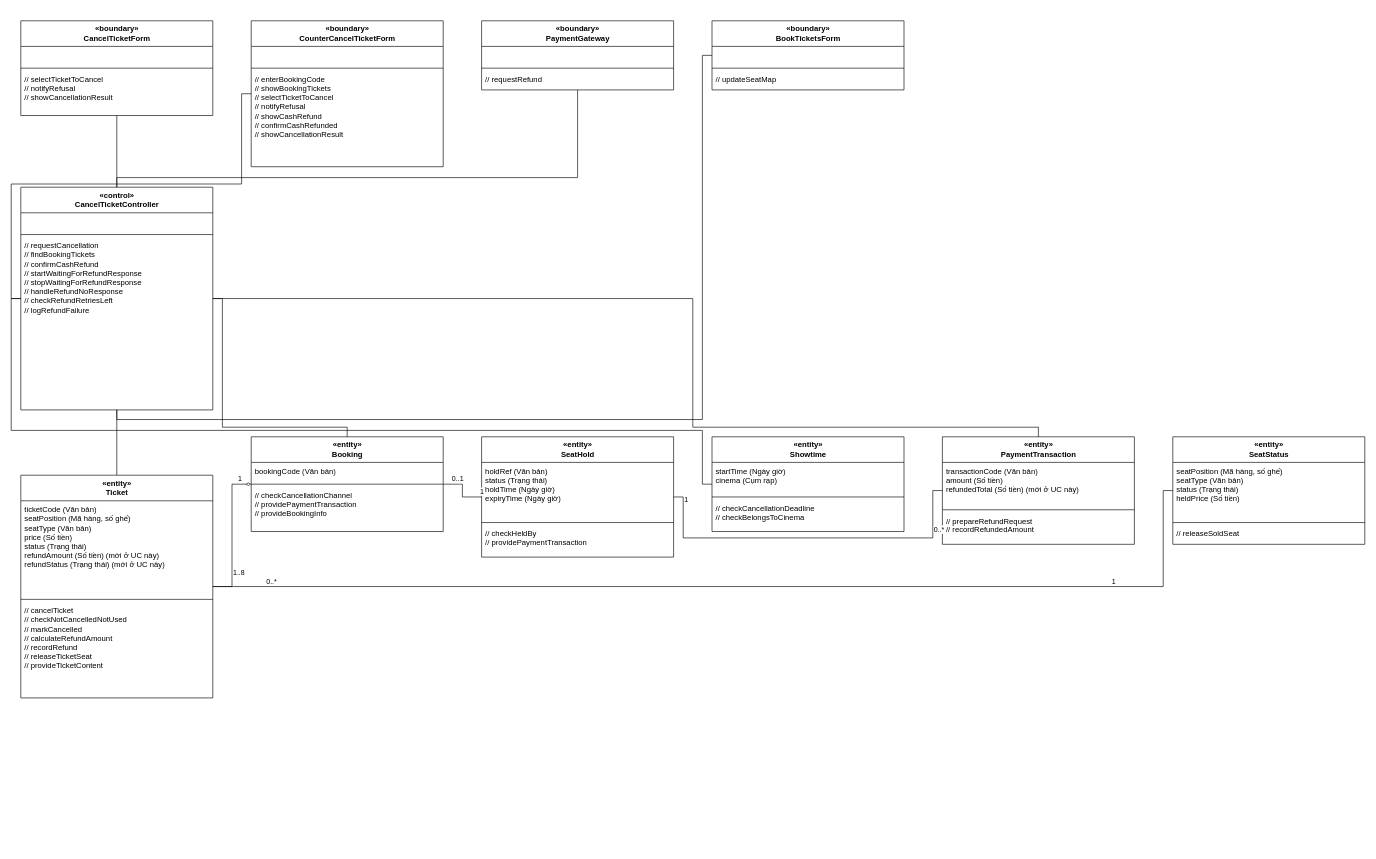
The draw.io diagram design/diagrams/P07-class-UC-008.drawio in luytbq/app-dat-ve-xem-phim, before the edit. Source tidied: cells renumbered, new cells numbered last; positions are measured from the earlier drawing's top-left corner, leaving out a move shared by most shapes. Both pictures are drawn from the tidied source at 64%, with x=0, y=0 at pixel (11, 20).
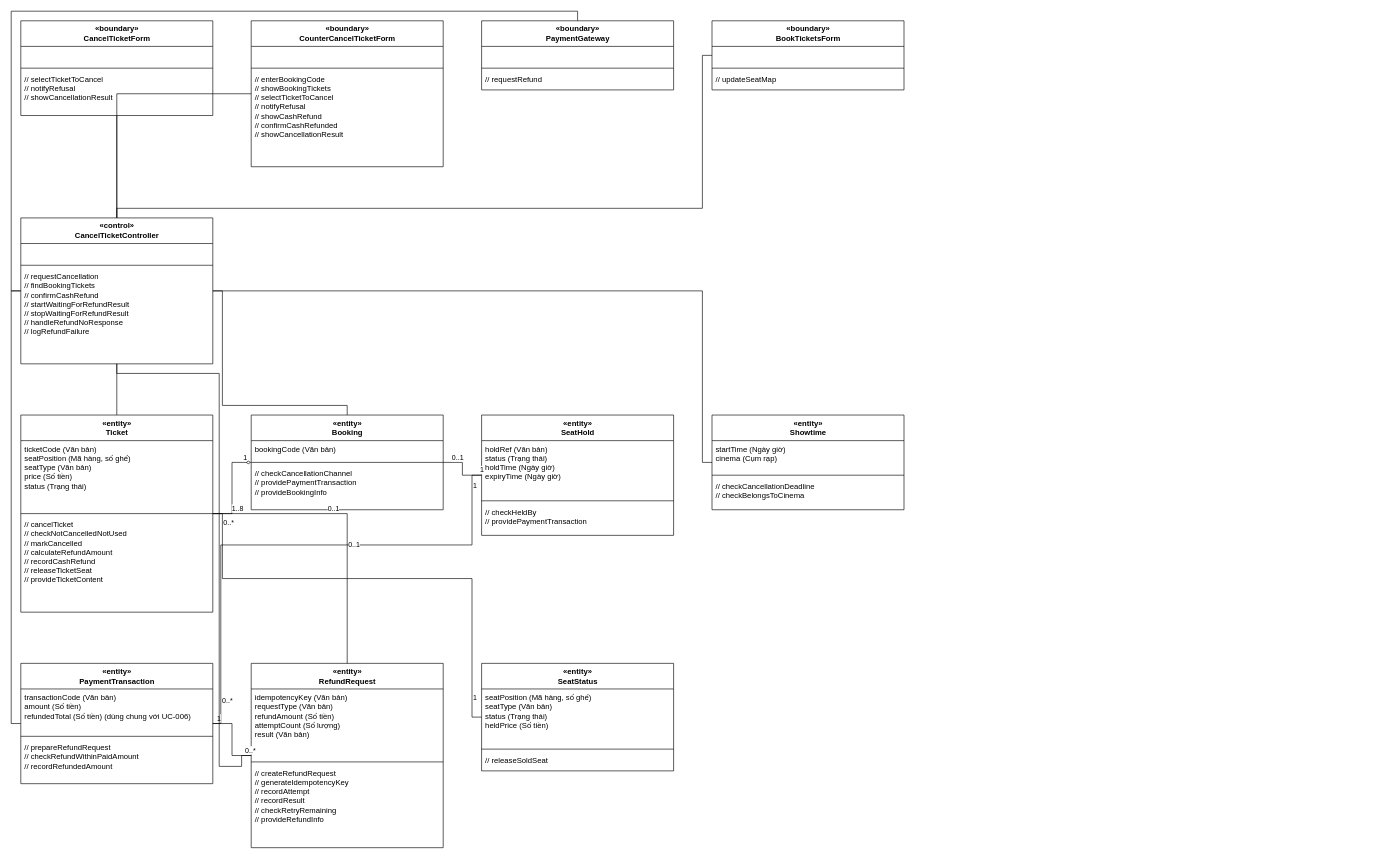
After the change.

The change refers to these unchanged cells:
```xml
<mxCell id="6" value="«boundary»&lt;br&gt;CounterCancelTicketForm" style="swimlane;fontStyle=1;align=center;horizontal=1;startSize=40;html=1;" parent="1" vertex="1">
  <mxGeometry x="375" width="300" height="228" as="geometry" />
</mxCell>
<mxCell id="10" value="«boundary»&lt;br&gt;PaymentGateway" style="swimlane;fontStyle=1;align=center;horizontal=1;startSize=40;html=1;" parent="1" vertex="1">
  <mxGeometry x="735" width="300" height="108" as="geometry" />
</mxCell>
<mxCell id="14" value="«boundary»&lt;br&gt;BookTicketsForm" style="swimlane;fontStyle=1;align=center;horizontal=1;startSize=40;html=1;" parent="1" vertex="1">
  <mxGeometry x="1095" width="300" height="108" as="geometry" />
</mxCell>
```

Change to the diagram source:
```diff
@@
     <mxCell id="18" value="«control»&lt;br&gt;CancelTicketController" style="swimlane;fontStyle=1;align=center;horizontal=1;startSize=40;html=1;" parent="1" vertex="1">
-      <mxGeometry x="15" y="260" width="300" height="348" as="geometry" />
+      <mxGeometry x="15" y="308" width="300" height="228" as="geometry" />
     </mxCell>
@@
-    <mxCell id="21" value="// requestCancellation&lt;br&gt;// findBookingTickets&lt;br&gt;// confirmCashRefund&lt;br&gt;// startWaitingForRefundResponse&lt;br&gt;// stopWaitingForRefundResponse&lt;br&gt;// handleRefundNoResponse&lt;br&gt;// checkRefundRetriesLeft&lt;br&gt;// logRefundFailure" style="text;strokeColor=none;fillColor=none;align=left;verticalAlign=top;spacingLeft=4;html=1;whiteSpace=wrap;" parent="18" vertex="1">
-      <mxGeometry y="78" width="300" height="170" as="geometry" />
+    <mxCell id="21" value="// requestCancellation&lt;br&gt;// findBookingTickets&lt;br&gt;// confirmCashRefund&lt;br&gt;// startWaitingForRefundResult&lt;br&gt;// stopWaitingForRefundResult&lt;br&gt;// handleRefundNoResponse&lt;br&gt;// logRefundFailure" style="text;strokeColor=none;fillColor=none;align=left;verticalAlign=top;spacingLeft=4;html=1;whiteSpace=wrap;" parent="18" vertex="1">
+      <mxGeometry y="78" width="300" height="150" as="geometry" />
     </mxCell>
     <mxCell id="22" value="«entity»&lt;br&gt;Ticket" style="swimlane;fontStyle=1;align=center;horizontal=1;startSize=40;html=1;" parent="1" vertex="1">
-      <mxGeometry x="15" y="710" width="300" height="348" as="geometry" />
+      <mxGeometry x="15" y="616" width="300" height="308" as="geometry" />
     </mxCell>
-    <mxCell id="23" value="ticketCode (Văn bản)&lt;br&gt;seatPosition (Mã hàng, số ghế)&lt;br&gt;seatType (Văn bản)&lt;br&gt;price (Số tiền)&lt;br&gt;status (Trạng thái)&lt;br&gt;refundAmount (Số tiền) (mới ở UC này)&lt;br&gt;refundStatus (Trạng thái) (mới ở UC này)" style="text;strokeColor=none;fillColor=none;align=left;verticalAlign=top;spacingLeft=4;html=1;whiteSpace=wrap;" parent="22" vertex="1">
-      <mxGeometry y="40" width="300" height="150" as="geometry" />
+    <mxCell id="23" value="ticketCode (Văn bản)&lt;br&gt;seatPosition (Mã hàng, số ghế)&lt;br&gt;seatType (Văn bản)&lt;br&gt;price (Số tiền)&lt;br&gt;status (Trạng thái)" style="text;strokeColor=none;fillColor=none;align=left;verticalAlign=top;spacingLeft=4;html=1;whiteSpace=wrap;" parent="22" vertex="1">
+      <mxGeometry y="40" width="300" height="110" as="geometry" />
     </mxCell>
     <mxCell id="24" style="line;strokeWidth=1;fillColor=none;align=left;verticalAlign=middle;spacingTop=-1;spacingLeft=3;spacingRight=3;labelPosition=right;" parent="22" vertex="1">
-      <mxGeometry y="190" width="300" height="8" as="geometry" />
+      <mxGeometry y="150" width="300" height="8" as="geometry" />
     </mxCell>
-    <mxCell id="25" value="// cancelTicket&lt;br&gt;// checkNotCancelledNotUsed&lt;br&gt;// markCancelled&lt;br&gt;// calculateRefundAmount&lt;br&gt;// recordRefund&lt;br&gt;// releaseTicketSeat&lt;br&gt;// provideTicketContent" style="text;strokeColor=none;fillColor=none;align=left;verticalAlign=top;spacingLeft=4;html=1;whiteSpace=wrap;" parent="22" vertex="1">
-      <mxGeometry y="198" width="300" height="150" as="geometry" />
+    <mxCell id="25" value="// cancelTicket&lt;br&gt;// checkNotCancelledNotUsed&lt;br&gt;// markCancelled&lt;br&gt;// calculateRefundAmount&lt;br&gt;// recordCashRefund&lt;br&gt;// releaseTicketSeat&lt;br&gt;// provideTicketContent" style="text;strokeColor=none;fillColor=none;align=left;verticalAlign=top;spacingLeft=4;html=1;whiteSpace=wrap;" parent="22" vertex="1">
+      <mxGeometry y="158" width="300" height="150" as="geometry" />
     </mxCell>
     <mxCell id="26" value="«entity»&lt;br&gt;Booking" style="swimlane;fontStyle=1;align=center;horizontal=1;startSize=40;html=1;" parent="1" vertex="1">
-      <mxGeometry x="375" y="650" width="300" height="148" as="geometry" />
+      <mxGeometry x="375" y="616" width="300" height="148" as="geometry" />
     </mxCell>
@@
     <mxCell id="30" value="«entity»&lt;br&gt;SeatHold" style="swimlane;fontStyle=1;align=center;horizontal=1;startSize=40;html=1;" parent="1" vertex="1">
-      <mxGeometry x="735" y="650" width="300" height="188" as="geometry" />
+      <mxGeometry x="735" y="616" width="300" height="188" as="geometry" />
     </mxCell>
@@
     <mxCell id="34" value="«entity»&lt;br&gt;Showtime" style="swimlane;fontStyle=1;align=center;horizontal=1;startSize=40;html=1;" parent="1" vertex="1">
-      <mxGeometry x="1095" y="650" width="300" height="148" as="geometry" />
+      <mxGeometry x="1095" y="616" width="300" height="148" as="geometry" />
     </mxCell>
@@
     <mxCell id="38" value="«entity»&lt;br&gt;PaymentTransaction" style="swimlane;fontStyle=1;align=center;horizontal=1;startSize=40;html=1;" parent="1" vertex="1">
-      <mxGeometry x="1455" y="650" width="300" height="168" as="geometry" />
+      <mxGeometry x="15" y="1004" width="300" height="188" as="geometry" />
     </mxCell>
-    <mxCell id="39" value="transactionCode (Văn bản)&lt;br&gt;amount (Số tiền)&lt;br&gt;refundedTotal (Số tiền) (mới ở UC này)" style="text;strokeColor=none;fillColor=none;align=left;verticalAlign=top;spacingLeft=4;html=1;whiteSpace=wrap;" parent="38" vertex="1">
+    <mxCell id="39" value="transactionCode (Văn bản)&lt;br&gt;amount (Số tiền)&lt;br&gt;refundedTotal (Số tiền) (dùng chung với UC-006)" style="text;strokeColor=none;fillColor=none;align=left;verticalAlign=top;spacingLeft=4;html=1;whiteSpace=wrap;" parent="38" vertex="1">
       <mxGeometry y="40" width="300" height="70" as="geometry" />
     </mxCell>
@@
-    <mxCell id="41" value="// prepareRefundRequest&lt;br&gt;// recordRefundedAmount" style="text;strokeColor=none;fillColor=none;align=left;verticalAlign=top;spacingLeft=4;html=1;whiteSpace=wrap;" parent="38" vertex="1">
-      <mxGeometry y="118" width="300" height="50" as="geometry" />
+    <mxCell id="41" value="// prepareRefundRequest&lt;br&gt;// checkRefundWithinPaidAmount&lt;br&gt;// recordRefundedAmount" style="text;strokeColor=none;fillColor=none;align=left;verticalAlign=top;spacingLeft=4;html=1;whiteSpace=wrap;" parent="38" vertex="1">
+      <mxGeometry y="118" width="300" height="70" as="geometry" />
     </mxCell>
+    <mxCell id="66" value="«entity»&lt;br&gt;RefundRequest" style="swimlane;fontStyle=1;align=center;horizontal=1;startSize=40;html=1;" parent="1" vertex="1">
+      <mxGeometry x="375" y="1004" width="300" height="288" as="geometry" />
+    </mxCell>
+    <mxCell id="67" value="idempotencyKey (Văn bản)&lt;br&gt;requestType (Văn bản)&lt;br&gt;refundAmount (Số tiền)&lt;br&gt;attemptCount (Số lượng)&lt;br&gt;result (Văn bản)" style="text;strokeColor=none;fillColor=none;align=left;verticalAlign=top;spacingLeft=4;html=1;whiteSpace=wrap;" parent="66" vertex="1">
+      <mxGeometry y="40" width="300" height="110" as="geometry" />
+    </mxCell>
+    <mxCell id="68" style="line;strokeWidth=1;fillColor=none;align=left;verticalAlign=middle;spacingTop=-1;spacingLeft=3;spacingRight=3;labelPosition=right;" parent="66" vertex="1">
+      <mxGeometry y="150" width="300" height="8" as="geometry" />
+    </mxCell>
+    <mxCell id="69" value="// createRefundRequest&lt;br&gt;// generateIdempotencyKey&lt;br&gt;// recordAttempt&lt;br&gt;// recordResult&lt;br&gt;// checkRetryRemaining&lt;br&gt;// provideRefundInfo" style="text;strokeColor=none;fillColor=none;align=left;verticalAlign=top;spacingLeft=4;html=1;whiteSpace=wrap;" parent="66" vertex="1">
+      <mxGeometry y="158" width="300" height="130" as="geometry" />
+    </mxCell>
     <mxCell id="42" value="«entity»&lt;br&gt;SeatStatus" style="swimlane;fontStyle=1;align=center;horizontal=1;startSize=40;html=1;" parent="1" vertex="1">
-      <mxGeometry x="1815" y="650" width="300" height="168" as="geometry" />
+      <mxGeometry x="735" y="1004" width="300" height="168" as="geometry" />
     </mxCell>
@@
-    <mxCell id="47" style="edgeStyle=orthogonalEdgeStyle;rounded=0;html=1;endArrow=none;exitX=0;exitY=0.5;exitDx=0;exitDy=0;entryX=0;entryY=0.5;entryDx=0;entryDy=0;" parent="1" edge="1" source="6" target="18">
-      <mxGeometry relative="1" as="geometry">
-        <Array as="points">
-          <mxPoint x="360" y="114" />
-          <mxPoint x="360" y="255" />
-          <mxPoint y="255" />
-          <mxPoint y="434" />
-        </Array>
-      </mxGeometry>
+    <mxCell id="47" style="edgeStyle=orthogonalEdgeStyle;rounded=0;html=1;endArrow=none;" parent="1" edge="1" source="6" target="18">
+      <mxGeometry relative="1" as="geometry" />
     </mxCell>
-    <mxCell id="48" style="edgeStyle=orthogonalEdgeStyle;rounded=0;html=1;endArrow=none;exitX=0.5;exitY=1;exitDx=0;exitDy=0;entryX=0.5;entryY=0;entryDx=0;entryDy=0;" parent="1" edge="1" source="10" target="18">
+    <mxCell id="48" style="edgeStyle=orthogonalEdgeStyle;rounded=0;html=1;endArrow=none;exitX=0.5;exitY=0;exitDx=0;exitDy=0;entryX=0;entryY=0.5;entryDx=0;entryDy=0;" parent="1" edge="1" source="10" target="18">
       <mxGeometry relative="1" as="geometry">
         <Array as="points">
-          <mxPoint x="885" y="245" />
-          <mxPoint x="165" y="245" />
+          <mxPoint x="885" y="-15" />
+          <mxPoint y="-15" />
+          <mxPoint y="422" />
         </Array>
       </mxGeometry>
     </mxCell>
-    <mxCell id="49" style="edgeStyle=orthogonalEdgeStyle;rounded=0;html=1;endArrow=none;exitX=0;exitY=0.5;exitDx=0;exitDy=0;entryX=0.5;entryY=1;entryDx=0;entryDy=0;" parent="1" edge="1" source="14" target="18">
+    <mxCell id="49" style="edgeStyle=orthogonalEdgeStyle;rounded=0;html=1;endArrow=none;exitX=0;exitY=0.5;exitDx=0;exitDy=0;entryX=0.5;entryY=0;entryDx=0;entryDy=0;" parent="1" edge="1" source="14" target="18">
       <mxGeometry relative="1" as="geometry">
         <Array as="points">
           <mxPoint x="1080" y="54" />
-          <mxPoint x="1080" y="623" />
-          <mxPoint x="165" y="623" />
+          <mxPoint x="1080" y="293" />
+          <mxPoint x="165" y="293" />
         </Array>
       </mxGeometry>
     </mxCell>
@@
     <mxCell id="51" style="edgeStyle=orthogonalEdgeStyle;rounded=0;html=1;endArrow=none;exitX=1;exitY=0.5;exitDx=0;exitDy=0;entryX=0.5;entryY=0;entryDx=0;entryDy=0;" parent="1" edge="1" source="18" target="26">
       <mxGeometry relative="1" as="geometry">
         <Array as="points">
-          <mxPoint x="330" y="434" />
-          <mxPoint x="330" y="635" />
-          <mxPoint x="525" y="635" />
+          <mxPoint x="330" y="422" />
+          <mxPoint x="330" y="601" />
+          <mxPoint x="525" y="601" />
         </Array>
       </mxGeometry>
     </mxCell>
-    <mxCell id="52" style="edgeStyle=orthogonalEdgeStyle;rounded=0;html=1;endArrow=none;exitX=0;exitY=0.5;exitDx=0;exitDy=0;entryX=0;entryY=0.5;entryDx=0;entryDy=0;" parent="1" edge="1" source="18" target="34">
+    <mxCell id="52" style="edgeStyle=orthogonalEdgeStyle;rounded=0;html=1;endArrow=none;exitX=1;exitY=0.5;exitDx=0;exitDy=0;entryX=0;entryY=0.5;entryDx=0;entryDy=0;" parent="1" edge="1" source="18" target="34">
       <mxGeometry relative="1" as="geometry">
         <Array as="points">
-          <mxPoint y="434" />
-          <mxPoint y="640" />
-          <mxPoint x="1080" y="640" />
-          <mxPoint x="1080" y="724" />
+          <mxPoint x="1080" y="422" />
+          <mxPoint x="1080" y="690" />
         </Array>
       </mxGeometry>
     </mxCell>
-    <mxCell id="53" style="edgeStyle=orthogonalEdgeStyle;rounded=0;html=1;endArrow=none;exitX=1;exitY=0.5;exitDx=0;exitDy=0;entryX=0.5;entryY=0;entryDx=0;entryDy=0;" parent="1" edge="1" source="18" target="38">
+    <mxCell id="53" style="edgeStyle=orthogonalEdgeStyle;rounded=0;html=1;endArrow=none;exitX=0;exitY=0.5;exitDx=0;exitDy=0;entryX=0;entryY=0.5;entryDx=0;entryDy=0;" parent="1" edge="1" source="18" target="38">
       <mxGeometry relative="1" as="geometry">
         <Array as="points">
-          <mxPoint x="1065" y="434" />
-          <mxPoint x="1065" y="635" />
-          <mxPoint x="1605" y="635" />
+          <mxPoint y="422" />
+          <mxPoint y="1098" />
         </Array>
       </mxGeometry>
     </mxCell>
@@
     <mxCell id="60" style="edgeStyle=orthogonalEdgeStyle;rounded=0;html=1;endArrow=none;exitX=1;exitY=0.5;exitDx=0;exitDy=0;entryX=0;entryY=0.5;entryDx=0;entryDy=0;" parent="1" edge="1" source="22" target="42">
       <mxGeometry relative="1" as="geometry">
         <Array as="points">
-          <mxPoint x="1800" y="884" />
-          <mxPoint x="1800" y="734" />
+          <mxPoint x="330" y="770" />
+          <mxPoint x="330" y="871.5" />
+          <mxPoint x="720" y="871.5" />
+          <mxPoint x="720" y="1088" />
         </Array>
       </mxGeometry>
     </mxCell>
@@
     <mxCell id="62" value="1" style="edgeLabel;html=1;align=left;verticalAlign=bottom;" parent="60" vertex="1">
-      <mxGeometry x="0.7" relative="1" as="geometry" />
+      <mxGeometry x="0.9" relative="1" as="geometry" />
     </mxCell>
-    <mxCell id="63" style="edgeStyle=orthogonalEdgeStyle;rounded=0;html=1;endArrow=none;exitX=1;exitY=0.5;exitDx=0;exitDy=0;entryX=0;entryY=0.5;entryDx=0;entryDy=0;" parent="1" edge="1" source="30" target="38">
+    <mxCell id="63" style="edgeStyle=orthogonalEdgeStyle;rounded=0;html=1;endArrow=none;exitX=0;exitY=0.5;exitDx=0;exitDy=0;entryX=1;entryY=0.5;entryDx=0;entryDy=0;" parent="1" edge="1" source="30" target="38">
       <mxGeometry relative="1" as="geometry">
         <Array as="points">
-          <mxPoint x="1050" y="744" />
-          <mxPoint x="1050" y="808" />
-          <mxPoint x="1440" y="808" />
-          <mxPoint x="1440" y="734" />
+          <mxPoint x="720" y="710" />
+          <mxPoint x="720" y="819" />
+          <mxPoint x="327.5" y="819" />
+          <mxPoint x="327.5" y="1098" />
         </Array>
       </mxGeometry>
     </mxCell>
@@
     <mxCell id="65" value="0..*" style="edgeLabel;html=1;align=left;verticalAlign=bottom;" parent="63" vertex="1">
-      <mxGeometry x="0.7" relative="1" as="geometry" />
+      <mxGeometry x="0.9" relative="1" as="geometry" />
     </mxCell>
+    <mxCell id="70" style="edgeStyle=orthogonalEdgeStyle;rounded=0;html=1;endArrow=none;" parent="1" edge="1" source="22" target="66">
+      <mxGeometry relative="1" as="geometry" />
+    </mxCell>
+    <mxCell id="71" value="0..1" style="edgeLabel;html=1;align=left;verticalAlign=bottom;" parent="70" vertex="1">
+      <mxGeometry x="-0.2" relative="1" as="geometry" />
+    </mxCell>
+    <mxCell id="72" value="0..1" style="edgeLabel;html=1;align=left;verticalAlign=bottom;" parent="70" vertex="1">
+      <mxGeometry x="0.2" relative="1" as="geometry" />
+    </mxCell>
+    <mxCell id="73" style="edgeStyle=orthogonalEdgeStyle;rounded=0;html=1;endArrow=none;" parent="1" edge="1" source="38" target="66">
+      <mxGeometry relative="1" as="geometry" />
+    </mxCell>
+    <mxCell id="74" value="1" style="edgeLabel;html=1;align=left;verticalAlign=bottom;" parent="73" vertex="1">
+      <mxGeometry x="-0.9" relative="1" as="geometry" />
+    </mxCell>
+    <mxCell id="75" value="0..*" style="edgeLabel;html=1;align=left;verticalAlign=bottom;" parent="73" vertex="1">
+      <mxGeometry x="0.8" relative="1" as="geometry" />
+    </mxCell>
+    <mxCell id="76" style="edgeStyle=orthogonalEdgeStyle;rounded=0;html=1;endArrow=none;exitX=0.5;exitY=1;exitDx=0;exitDy=0;entryX=0;entryY=0.5;entryDx=0;entryDy=0;" parent="1" edge="1" source="18" target="66">
+      <mxGeometry relative="1" as="geometry">
+        <Array as="points">
+          <mxPoint x="165" y="551" />
+          <mxPoint x="325" y="551" />
+          <mxPoint x="325" y="1165" />
+          <mxPoint x="360" y="1165" />
+          <mxPoint x="360" y="1148" />
+        </Array>
+      </mxGeometry>
+    </mxCell>
```
